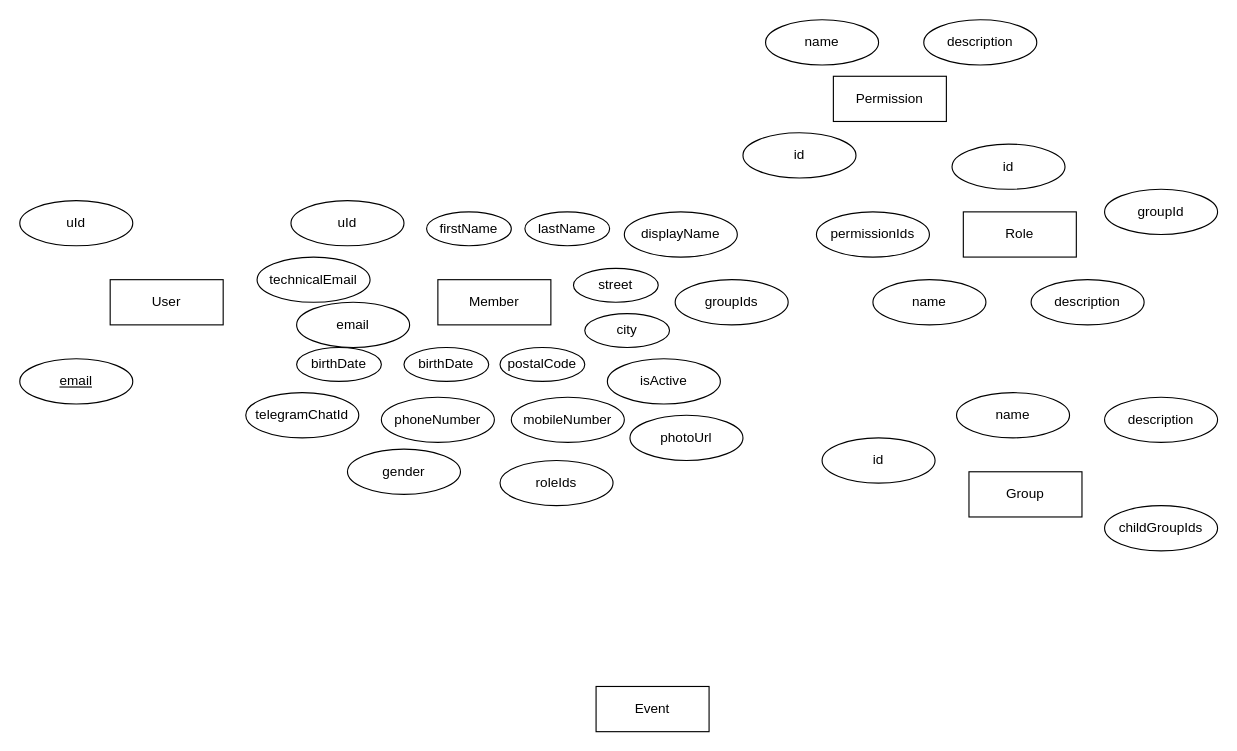
Above: diagrams/TeamManager.drawio in WApp-Solutions/team-manager (draw.io), before the change. Source tidied: cells renumbered, new cells numbered last; positions are measured from the earlier drawing's top-left corner, leaving out a move shared by most shapes. Both pictures are drawn from the tidied source at 113%, with x=0, y=0 at pixel (19, 19).
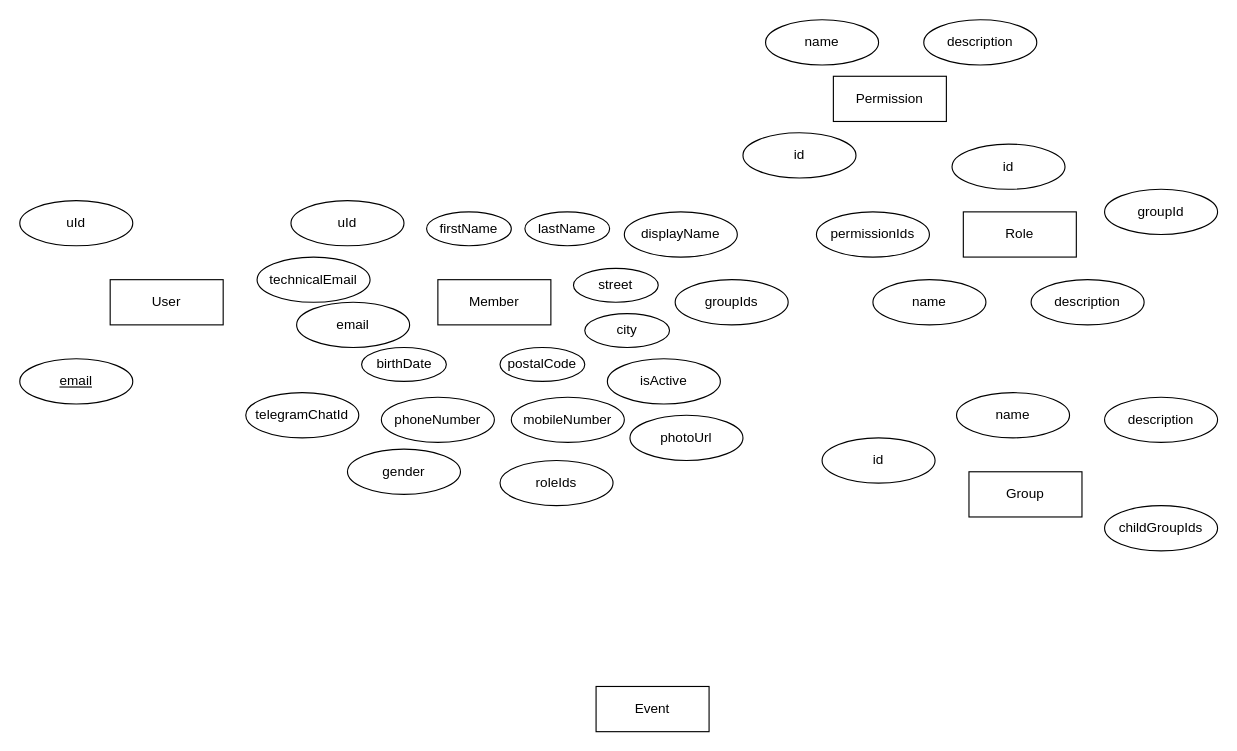
The same diagram, later.

The edit, as a diff of the source:
```diff
@@
-    <mxCell id="12" value="birthDate" style="ellipse;whiteSpace=wrap;html=1;align=center;" parent="1" vertex="1">
-      <mxGeometry x="340" y="290" width="75" height="30" as="geometry" />
-    </mxCell>
     <mxCell id="13" value="birthDate" style="ellipse;whiteSpace=wrap;html=1;align=center;" parent="1" vertex="1">
-      <mxGeometry x="245" y="290" width="75" height="30" as="geometry" />
+      <mxGeometry x="302.5" y="290" width="75" height="30" as="geometry" />
     </mxCell>
```
